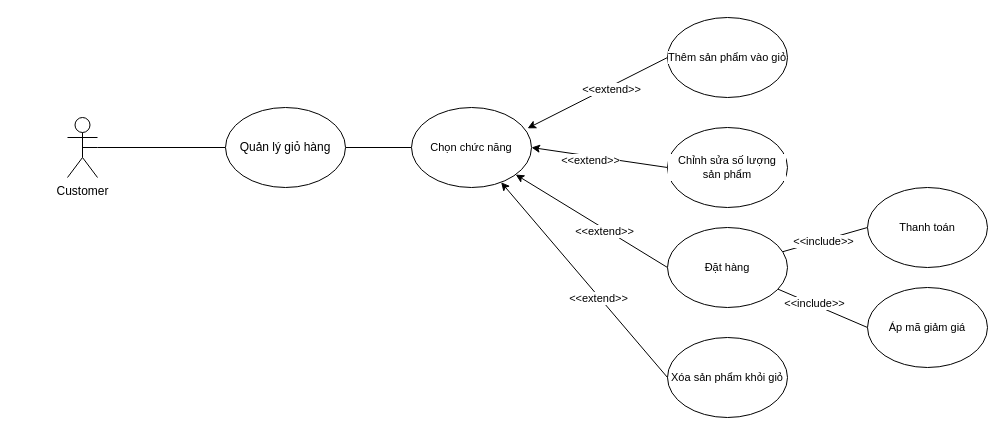
This is page "Quản lý giỏ hàng" (8 of 18) of Usecase Diagram Bookstore.drawio from KaNguyen3005/Bookstore-System, a draw.io file, before an edit. Source tidied: cells renumbered, new cells numbered last; positions are measured from the earlier drawing's top-left corner, leaving out a move shared by most shapes. Both pictures are drawn from the tidied source at 100%, with x=0, y=0 at pixel (17, 17).
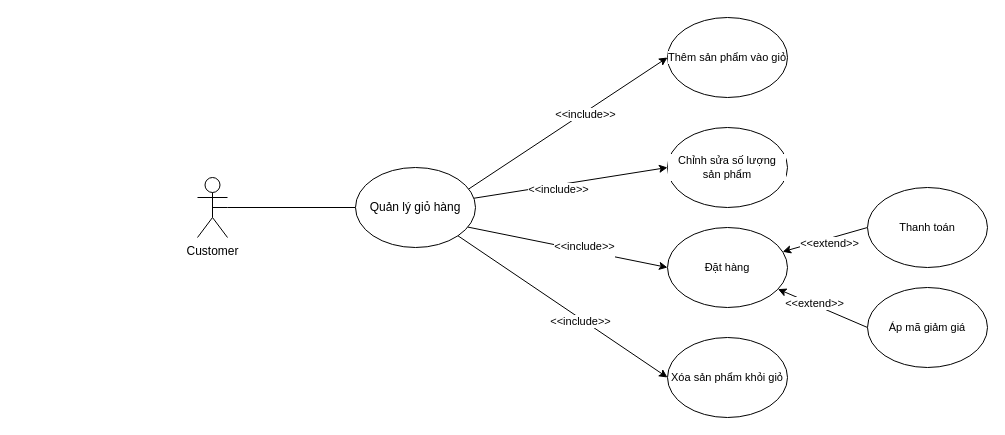
Above is the later version.

Unchanged cells that the change refers to:
```xml
<mxCell id="13" value="Thêm sản phẩm vào giỏ" style="ellipse;whiteSpace=wrap;html=1;fontFamily=Helvetica;fontSize=11;fontColor=default;labelBackgroundColor=default;" parent="1" vertex="1">
  <mxGeometry x="650" width="120" height="80" as="geometry" />
</mxCell>
<mxCell id="14" value="Chỉnh sửa số lượng sản phẩm" style="ellipse;whiteSpace=wrap;html=1;fontFamily=Helvetica;fontSize=11;fontColor=default;labelBackgroundColor=default;" parent="1" vertex="1">
  <mxGeometry x="650" y="110" width="120" height="80" as="geometry" />
</mxCell>
<mxCell id="22" value="Đặt hàng" style="ellipse;whiteSpace=wrap;html=1;fontFamily=Helvetica;fontSize=11;fontColor=default;labelBackgroundColor=default;" parent="1" vertex="1">
  <mxGeometry x="650" y="210" width="120" height="80" as="geometry" />
</mxCell>
<mxCell id="23" value="Thanh toán" style="ellipse;whiteSpace=wrap;html=1;fontFamily=Helvetica;fontSize=11;fontColor=default;labelBackgroundColor=default;" parent="1" vertex="1">
  <mxGeometry x="850" y="170" width="120" height="80" as="geometry" />
</mxCell>
<mxCell id="24" value="Xóa sản phẩm khỏi giỏ" style="ellipse;whiteSpace=wrap;html=1;fontFamily=Helvetica;fontSize=11;fontColor=default;labelBackgroundColor=default;" parent="1" vertex="1">
  <mxGeometry x="650" y="320" width="120" height="80" as="geometry" />
</mxCell>
<mxCell id="25" value="Áp mã giảm giá" style="ellipse;whiteSpace=wrap;html=1;fontFamily=Helvetica;fontSize=11;fontColor=default;labelBackgroundColor=default;" parent="1" vertex="1">
  <mxGeometry x="850" y="270" width="120" height="80" as="geometry" />
</mxCell>
```

Change to the diagram source:
```diff
@@
     <mxCell id="3" value="Customer" style="shape=umlActor;verticalLabelPosition=bottom;verticalAlign=top;html=1;outlineConnect=0;" parent="1" vertex="1">
-      <mxGeometry x="50" y="100" width="30" height="60" as="geometry" />
+      <mxGeometry x="180" y="160" width="30" height="60" as="geometry" />
     </mxCell>
-    <mxCell id="4" style="edgeStyle=none;shape=connector;rounded=0;jettySize=auto;html=1;entryX=0;entryY=0.5;entryDx=0;entryDy=0;strokeColor=default;align=center;verticalAlign=middle;fontFamily=Helvetica;fontSize=11;fontColor=default;labelBackgroundColor=default;endArrow=none;endFill=0;exitX=0.967;exitY=0.26;exitDx=0;exitDy=0;exitPerimeter=0;startArrow=classic;startFill=1;" parent="1" edge="1" source="17" target="13">
+    <mxCell id="4" style="edgeStyle=none;shape=connector;rounded=0;jettySize=auto;html=1;entryX=0;entryY=0.5;entryDx=0;entryDy=0;strokeColor=default;align=center;verticalAlign=middle;fontFamily=Helvetica;fontSize=11;fontColor=default;labelBackgroundColor=default;endArrow=classic;endFill=1;exitX=0.917;exitY=0.295;exitDx=0;exitDy=0;exitPerimeter=0;startArrow=none;startFill=0;" parent="1" edge="1" source="9" target="13">
       <mxGeometry relative="1" as="geometry" />
     </mxCell>
-    <mxCell id="5" value="&amp;lt;&amp;lt;extend&amp;gt;&amp;gt;" style="edgeLabel;html=1;align=center;verticalAlign=middle;fontFamily=Helvetica;fontSize=11;fontColor=default;labelBackgroundColor=default;" parent="4" vertex="1">
+    <mxCell id="5" value="&amp;lt;&amp;lt;include&amp;gt;&amp;gt;" style="edgeLabel;html=1;align=center;verticalAlign=middle;fontFamily=Helvetica;fontSize=11;fontColor=default;labelBackgroundColor=default;rounded=0;strokeColor=default;" parent="4" vertex="1">
       <mxGeometry x="0.17" y="-2" relative="1" as="geometry" />
     </mxCell>
-    <mxCell id="6" style="edgeStyle=none;shape=connector;rounded=0;jettySize=auto;html=1;entryX=0;entryY=0.5;entryDx=0;entryDy=0;strokeColor=default;align=center;verticalAlign=middle;fontFamily=Helvetica;fontSize=11;fontColor=default;labelBackgroundColor=default;endArrow=none;endFill=0;exitX=1;exitY=0.5;exitDx=0;exitDy=0;startArrow=classic;startFill=1;" parent="1" edge="1" source="17" target="14">
+    <mxCell id="6" style="edgeStyle=none;shape=connector;rounded=0;jettySize=auto;html=1;entryX=0;entryY=0.5;entryDx=0;entryDy=0;strokeColor=default;align=center;verticalAlign=middle;fontFamily=Helvetica;fontSize=11;fontColor=default;labelBackgroundColor=default;endArrow=classic;endFill=1;startArrow=none;startFill=0;" parent="1" edge="1" source="9" target="14">
       <mxGeometry relative="1" as="geometry" />
     </mxCell>
-    <mxCell id="7" value="&amp;lt;&amp;lt;extend&amp;gt;&amp;gt;" style="edgeLabel;html=1;align=center;verticalAlign=middle;fontFamily=Helvetica;fontSize=11;fontColor=default;labelBackgroundColor=default;rounded=0;strokeColor=default;" parent="6" vertex="1">
+    <mxCell id="7" value="&amp;lt;&amp;lt;include&amp;gt;&amp;gt;" style="edgeLabel;html=1;align=center;verticalAlign=middle;fontFamily=Helvetica;fontSize=11;fontColor=default;labelBackgroundColor=default;rounded=0;strokeColor=default;" parent="6" vertex="1">
       <mxGeometry x="-0.13" y="-4" relative="1" as="geometry" />
     </mxCell>
-    <mxCell id="8" style="edgeStyle=none;shape=connector;rounded=0;jettySize=auto;html=1;entryX=0;entryY=0.5;entryDx=0;entryDy=0;strokeColor=default;align=center;verticalAlign=middle;fontFamily=Helvetica;fontSize=11;fontColor=default;labelBackgroundColor=default;endArrow=none;endFill=0;" parent="1" edge="1" source="9" target="17">
-      <mxGeometry relative="1" as="geometry" />
-    </mxCell>
     <mxCell id="9" value="Quản lý giỏ hàng" style="ellipse;whiteSpace=wrap;html=1;" parent="1" vertex="1">
-      <mxGeometry x="208" y="90" width="120" height="80" as="geometry" />
+      <mxGeometry x="338" y="150" width="120" height="80" as="geometry" />
     </mxCell>
@@
     <mxCell id="12" style="edgeStyle=none;shape=connector;rounded=0;orthogonalLoop=1;jettySize=auto;html=1;exitX=1;exitY=0.3333333333333333;exitDx=0;exitDy=0;exitPerimeter=0;strokeColor=default;align=center;verticalAlign=middle;fontFamily=Helvetica;fontSize=11;fontColor=default;labelBackgroundColor=default;endArrow=none;endFill=0;" parent="1" edge="1">
       <mxGeometry relative="1" as="geometry">
-        <mxPoint y="30" as="sourcePoint" />
-        <mxPoint y="30" as="targetPoint" />
+        <mxPoint x="130" y="90" as="sourcePoint" />
+        <mxPoint x="130" y="90" as="targetPoint" />
       </mxGeometry>
     </mxCell>
@@
-    <mxCell id="15" style="edgeStyle=none;shape=connector;rounded=0;jettySize=auto;html=1;entryX=0;entryY=0.5;entryDx=0;entryDy=0;strokeColor=default;align=center;verticalAlign=middle;fontFamily=Helvetica;fontSize=11;fontColor=default;labelBackgroundColor=default;endArrow=none;endFill=0;startArrow=classic;startFill=1;" parent="1" edge="1" source="17" target="22">
+    <mxCell id="15" style="edgeStyle=none;shape=connector;rounded=0;jettySize=auto;html=1;entryX=0;entryY=0.5;entryDx=0;entryDy=0;strokeColor=default;align=center;verticalAlign=middle;fontFamily=Helvetica;fontSize=11;fontColor=default;labelBackgroundColor=default;endArrow=classic;endFill=1;startArrow=none;startFill=0;exitX=0.937;exitY=0.745;exitDx=0;exitDy=0;exitPerimeter=0;" parent="1" edge="1" source="9" target="22">
       <mxGeometry relative="1" as="geometry" />
     </mxCell>
-    <mxCell id="16" value="&amp;lt;&amp;lt;extend&amp;gt;&amp;gt;" style="edgeLabel;html=1;align=center;verticalAlign=middle;fontFamily=Helvetica;fontSize=11;fontColor=default;labelBackgroundColor=default;rounded=0;strokeColor=default;" parent="15" vertex="1">
+    <mxCell id="16" value="&amp;lt;&amp;lt;include&amp;gt;&amp;gt;&lt;div&gt;&lt;br&gt;&lt;/div&gt;" style="edgeLabel;html=1;align=center;verticalAlign=middle;fontFamily=Helvetica;fontSize=11;fontColor=default;labelBackgroundColor=default;rounded=0;strokeColor=default;" parent="15" vertex="1">
       <mxGeometry x="0.17" y="-1" relative="1" as="geometry">
         <mxPoint y="1" as="offset" />
       </mxGeometry>
     </mxCell>
-    <mxCell id="17" value="Chọn chức năng" style="ellipse;whiteSpace=wrap;html=1;fontFamily=Helvetica;fontSize=11;fontColor=default;labelBackgroundColor=default;" parent="1" vertex="1">
-      <mxGeometry x="394" y="90" width="120" height="80" as="geometry" />
-    </mxCell>
-    <mxCell id="18" style="edgeStyle=none;shape=connector;rounded=0;jettySize=auto;html=1;entryX=0;entryY=0.5;entryDx=0;entryDy=0;strokeColor=default;align=center;verticalAlign=middle;fontFamily=Helvetica;fontSize=11;fontColor=default;labelBackgroundColor=default;endArrow=none;endFill=0;" parent="1" edge="1" source="22" target="23">
+    <mxCell id="18" style="edgeStyle=none;shape=connector;rounded=0;jettySize=auto;html=1;entryX=0;entryY=0.5;entryDx=0;entryDy=0;strokeColor=default;align=center;verticalAlign=middle;fontFamily=Helvetica;fontSize=11;fontColor=default;labelBackgroundColor=default;endArrow=none;endFill=0;startArrow=classic;startFill=1;" parent="1" edge="1" source="22" target="23">
       <mxGeometry relative="1" as="geometry" />
     </mxCell>
-    <mxCell id="19" value="&amp;lt;&amp;lt;include&amp;gt;&amp;gt;" style="edgeLabel;html=1;align=center;verticalAlign=middle;fontFamily=Helvetica;fontSize=11;fontColor=default;labelBackgroundColor=default;" parent="18" vertex="1">
-      <mxGeometry x="-0.04" y="-1" relative="1" as="geometry" />
-    </mxCell>
+    <mxCell id="28" value="&amp;lt;&amp;lt;extend&amp;gt;&amp;gt;" style="edgeLabel;html=1;align=center;verticalAlign=middle;fontFamily=Helvetica;fontSize=11;fontColor=default;labelBackgroundColor=default;" parent="18" vertex="1">
+      <mxGeometry x="0.07" y="-4" relative="1" as="geometry" />
+    </mxCell>
-    <mxCell id="20" style="edgeStyle=none;shape=connector;rounded=0;jettySize=auto;html=1;entryX=0;entryY=0.5;entryDx=0;entryDy=0;strokeColor=default;align=center;verticalAlign=middle;fontFamily=Helvetica;fontSize=11;fontColor=default;labelBackgroundColor=default;endArrow=none;endFill=0;" parent="1" edge="1" source="22" target="25">
+    <mxCell id="20" style="edgeStyle=none;shape=connector;rounded=0;jettySize=auto;html=1;entryX=0;entryY=0.5;entryDx=0;entryDy=0;strokeColor=default;align=center;verticalAlign=middle;fontFamily=Helvetica;fontSize=11;fontColor=default;labelBackgroundColor=default;endArrow=none;endFill=0;startArrow=classic;startFill=1;" parent="1" edge="1" source="22" target="25">
       <mxGeometry relative="1" as="geometry" />
     </mxCell>
-    <mxCell id="21" value="&amp;lt;&amp;lt;include&amp;gt;&amp;gt;" style="edgeLabel;html=1;align=center;verticalAlign=middle;fontFamily=Helvetica;fontSize=11;fontColor=default;labelBackgroundColor=default;" parent="20" vertex="1">
+    <mxCell id="21" value="&amp;lt;&amp;lt;extend&amp;gt;&amp;gt;" style="edgeLabel;html=1;align=center;verticalAlign=middle;fontFamily=Helvetica;fontSize=11;fontColor=default;labelBackgroundColor=default;" parent="20" vertex="1">
       <mxGeometry x="-0.19" y="2" relative="1" as="geometry">
         <mxPoint x="-1" as="offset" />
       </mxGeometry>
     </mxCell>
@@
-    <mxCell id="26" style="edgeStyle=none;shape=connector;rounded=0;jettySize=auto;html=1;entryX=0;entryY=0.5;entryDx=0;entryDy=0;strokeColor=default;align=center;verticalAlign=middle;fontFamily=Helvetica;fontSize=11;fontColor=default;labelBackgroundColor=default;endArrow=none;endFill=0;startArrow=classic;startFill=1;" parent="1" edge="1" source="17" target="24">
+    <mxCell id="26" style="edgeStyle=none;shape=connector;rounded=0;jettySize=auto;html=1;entryX=0;entryY=0.5;entryDx=0;entryDy=0;strokeColor=default;align=center;verticalAlign=middle;fontFamily=Helvetica;fontSize=11;fontColor=default;labelBackgroundColor=default;endArrow=classic;endFill=1;startArrow=none;startFill=0;exitX=1;exitY=1;exitDx=0;exitDy=0;" parent="1" edge="1" source="9" target="24">
       <mxGeometry relative="1" as="geometry" />
     </mxCell>
-    <mxCell id="27" value="&amp;lt;&amp;lt;extend&amp;gt;&amp;gt;" style="edgeLabel;html=1;align=center;verticalAlign=middle;fontFamily=Helvetica;fontSize=11;fontColor=default;labelBackgroundColor=default;rounded=0;strokeColor=default;" parent="26" vertex="1">
+    <mxCell id="27" value="&amp;lt;&amp;lt;include&amp;gt;&amp;gt;" style="edgeLabel;html=1;align=center;verticalAlign=middle;fontFamily=Helvetica;fontSize=11;fontColor=default;labelBackgroundColor=default;rounded=0;strokeColor=default;" parent="26" vertex="1">
       <mxGeometry x="0.17" y="-1" relative="1" as="geometry">
         <mxPoint y="1" as="offset" />
       </mxGeometry>
     </mxCell>
```
